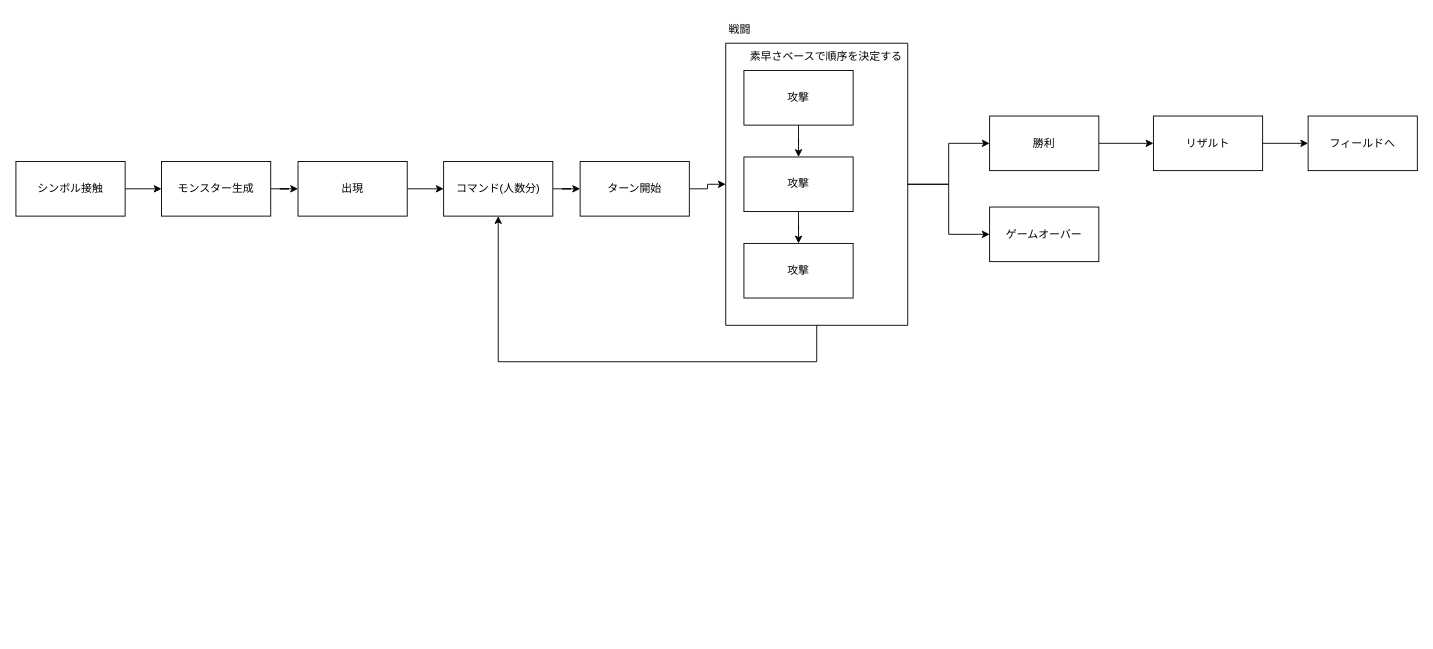
Earlier version of the draw.io diagram page "戦闘LC" (2 of 2) of digger.drawio (kijimaD/digger_rs). Source tidied: cells renumbered, new cells numbered last; positions are measured from the earlier drawing's top-left corner, leaving out a move shared by most shapes. Both pictures are drawn from the tidied source at 91%, with x=0, y=0 at pixel (15, 15).
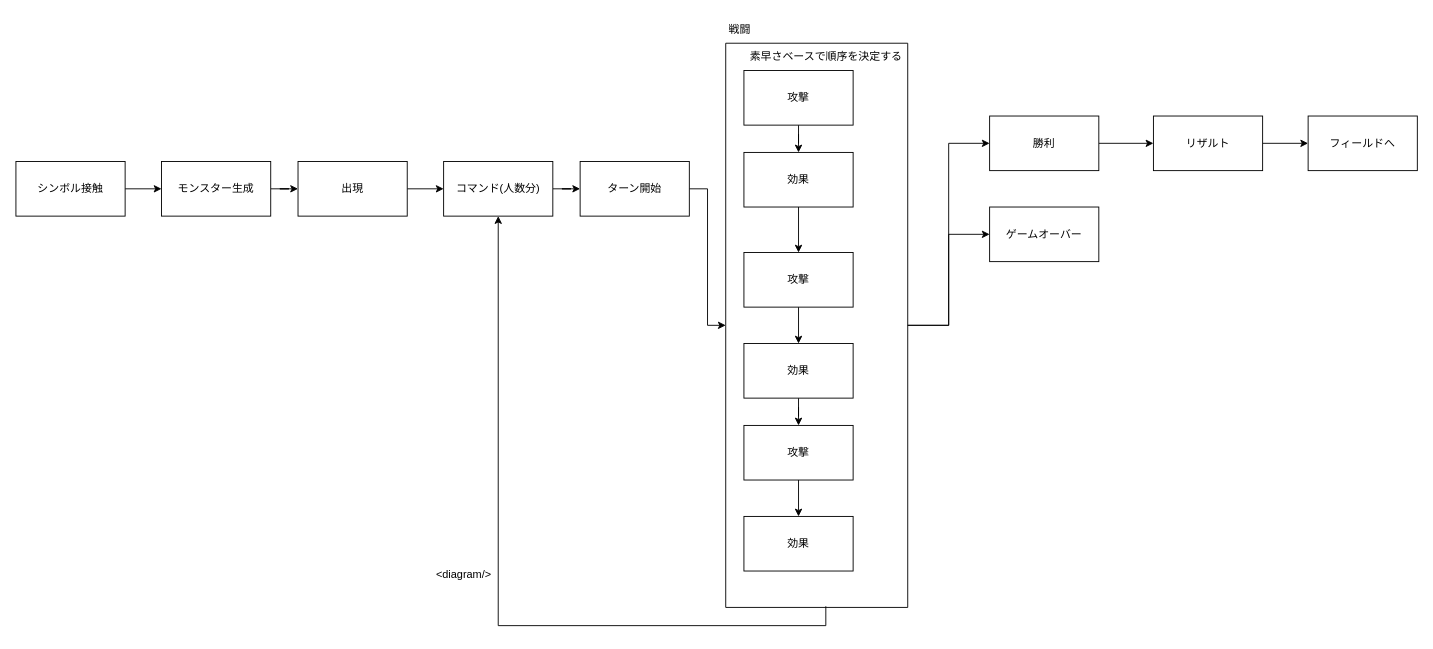
After the change.

Commit message:
digger.drawio を更新します

The change refers to these unchanged cells:
```xml
<mxCell id="9" value="コマンド(人数分)" style="whiteSpace=wrap;html=1;" parent="1" vertex="1">
  <mxGeometry x="470" y="160" width="120" height="60" as="geometry" />
</mxCell>
<mxCell id="20" value="攻撃" style="whiteSpace=wrap;html=1;" parent="15" vertex="1">
  <mxGeometry x="20" y="30" width="120" height="60" as="geometry" />
</mxCell>
```

Diff of the diagram source:
```diff
@@
-    <mxCell id="13" style="edgeStyle=orthogonalEdgeStyle;rounded=0;jettySize=auto;html=1;entryX=0.5;entryY=1;entryDx=0;entryDy=0;" parent="1" edge="1" source="15" target="9">
+    <mxCell id="13" style="edgeStyle=orthogonalEdgeStyle;rounded=0;jettySize=auto;html=1;entryX=0.5;entryY=1;entryDx=0;entryDy=0;exitX=0.55;exitY=0.998;exitDx=0;exitDy=0;exitPerimeter=0;" parent="1" edge="1" source="15" target="9">
       <mxGeometry relative="1" as="geometry">
         <Array as="points">
-          <mxPoint x="880" y="380" />
-          <mxPoint x="530" y="380" />
+          <mxPoint x="890" y="670" />
+          <mxPoint x="530" y="670" />
         </Array>
       </mxGeometry>
     </mxCell>
@@
     <mxCell id="15" style="swimlane;startSize=0;" parent="1" vertex="1">
-      <mxGeometry x="780" y="30" width="200" height="310" as="geometry" />
+      <mxGeometry x="780" y="30" width="200" height="620" as="geometry" />
     </mxCell>
+    <mxCell id="29" style="edgeStyle=orthogonalEdgeStyle;rounded=0;jettySize=auto;html=1;" parent="15" edge="1" source="16" target="34">
+      <mxGeometry relative="1" as="geometry" />
+    </mxCell>
     <mxCell id="16" value="攻撃" style="whiteSpace=wrap;html=1;" parent="15" vertex="1">
-      <mxGeometry x="20" y="220" width="120" height="60" as="geometry" />
+      <mxGeometry x="20" y="420" width="120" height="60" as="geometry" />
     </mxCell>
-    <mxCell id="17" style="edgeStyle=orthogonalEdgeStyle;rounded=0;jettySize=auto;html=1;" parent="15" edge="1" source="18" target="16">
-      <mxGeometry relative="1" as="geometry" />
-    </mxCell>
+    <mxCell id="30" style="edgeStyle=orthogonalEdgeStyle;rounded=0;jettySize=auto;html=1;" parent="15" edge="1" source="18" target="36">
+      <mxGeometry relative="1" as="geometry" />
+    </mxCell>
     <mxCell id="18" value="攻撃" style="whiteSpace=wrap;html=1;" parent="15" vertex="1">
-      <mxGeometry x="20" y="125" width="120" height="60" as="geometry" />
+      <mxGeometry x="20" y="230" width="120" height="60" as="geometry" />
     </mxCell>
@@
+    <mxCell id="31" style="edgeStyle=orthogonalEdgeStyle;rounded=0;jettySize=auto;html=1;" parent="15" edge="1" source="20" target="33">
+      <mxGeometry relative="1" as="geometry" />
+    </mxCell>
@@
-    <mxCell id="21" style="edgeStyle=orthogonalEdgeStyle;rounded=0;jettySize=auto;html=1;" parent="15" edge="1" source="20" target="18">
-      <mxGeometry relative="1" as="geometry" />
-    </mxCell>
+    <mxCell id="32" style="edgeStyle=orthogonalEdgeStyle;rounded=0;jettySize=auto;html=1;" parent="15" edge="1" source="33" target="18">
+      <mxGeometry relative="1" as="geometry" />
+    </mxCell>
+    <mxCell id="33" value="効果" style="rounded=0;whiteSpace=wrap;html=1;" parent="15" vertex="1">
+      <mxGeometry x="20" y="120" width="120" height="60" as="geometry" />
+    </mxCell>
+    <mxCell id="34" value="効果" style="whiteSpace=wrap;html=1;" parent="15" vertex="1">
+      <mxGeometry x="20" y="520" width="120" height="60" as="geometry" />
+    </mxCell>
+    <mxCell id="35" style="edgeStyle=orthogonalEdgeStyle;rounded=0;jettySize=auto;html=1;" parent="15" edge="1" source="36" target="16">
+      <mxGeometry relative="1" as="geometry" />
+    </mxCell>
+    <mxCell id="36" value="効果" style="whiteSpace=wrap;html=1;" parent="15" vertex="1">
+      <mxGeometry x="20" y="330" width="120" height="60" as="geometry" />
+    </mxCell>
@@
+    <mxCell id="37" value="&amp;lt;diagram/&amp;gt;" style="text;whiteSpace=wrap;html=1;" parent="1" vertex="1">
+      <mxGeometry x="460" y="600" width="90" height="40" as="geometry" />
+    </mxCell>
```
